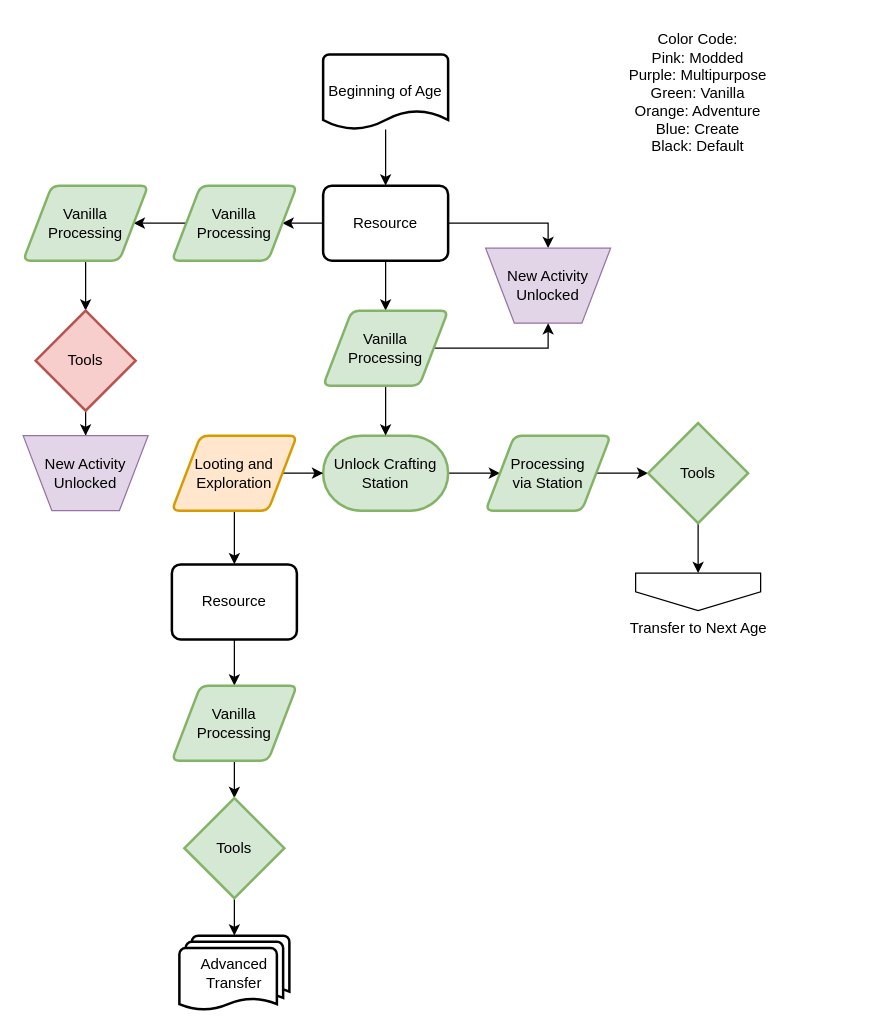
The draw.io diagram page "Ruleset" (1 of 7) of flowcharts/progression.drawio in MeepishRealms/Cog, before the edit. Source tidied: cells renumbered, new cells numbered last; positions are measured from the earlier drawing's top-left corner, leaving out a move shared by most shapes. Both pictures are drawn from the tidied source at 125%, with x=0, y=0 at pixel (22, 54).
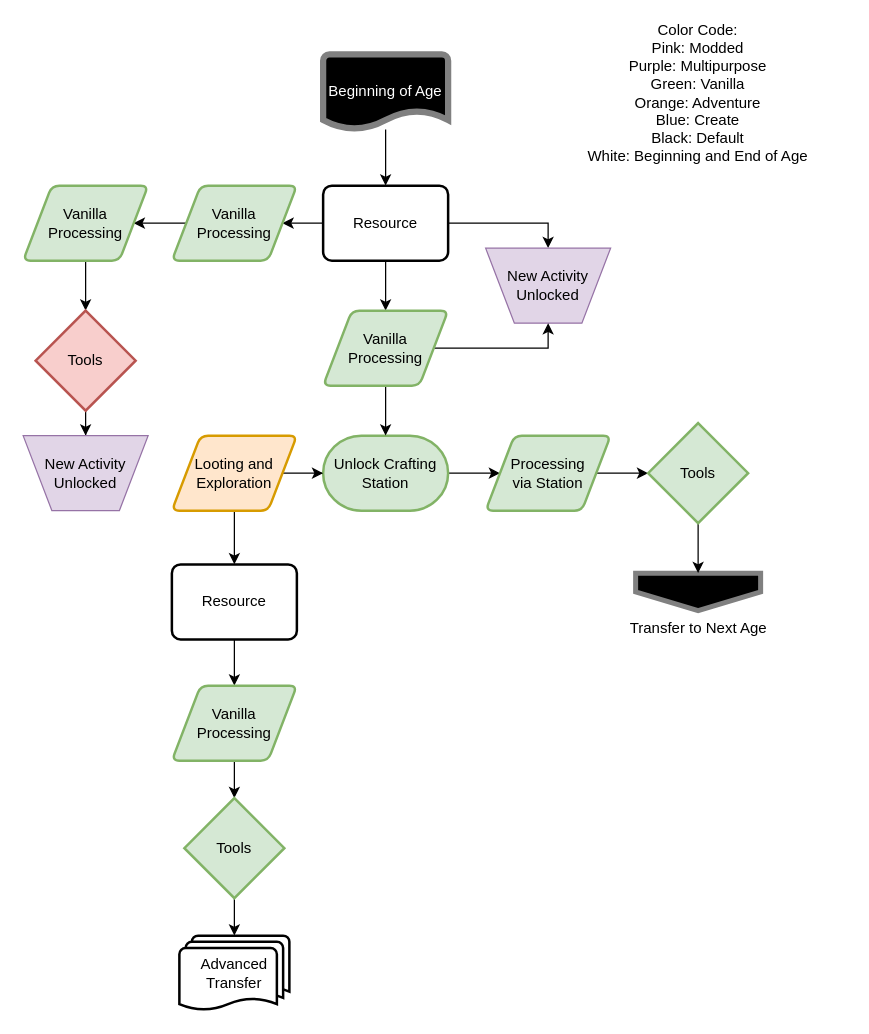
The same page after the edit.

Diff of the diagram source:
```diff
@@
-    <mxCell id="7" value="Beginning of Age" style="strokeWidth=2;html=1;shape=mxgraph.flowchart.document2;whiteSpace=wrap;size=0.25;" parent="1" vertex="1">
+    <mxCell id="7" value="Beginning of Age" style="strokeWidth=5;html=1;shape=mxgraph.flowchart.document2;whiteSpace=wrap;size=0.25;fillColor=#000000;strokeColor=#808080;fontColor=#FFFFFF;" parent="1" vertex="1">
       <mxGeometry x="240" width="100" height="60" as="geometry" />
     </mxCell>
-    <mxCell id="8" value="Transfer to Next Age" style="verticalLabelPosition=bottom;verticalAlign=top;html=1;shape=offPageConnector;rounded=0;size=0.5;" parent="1" vertex="1">
+    <mxCell id="8" value="Transfer to Next Age" style="verticalLabelPosition=bottom;verticalAlign=top;html=1;shape=offPageConnector;rounded=0;size=0.5;fillColor=#000000;strokeColor=#808080;strokeWidth=4;" parent="1" vertex="1">
       <mxGeometry x="490" y="415" width="100" height="30" as="geometry" />
     </mxCell>
@@
-    <mxCell id="11" value="Color Code:&lt;br&gt;Pink: Modded&lt;br&gt;Purple: Multipurpose&lt;br&gt;Green: Vanilla&lt;br&gt;Orange: Adventure&lt;br&gt;Blue: Create&lt;br&gt;Black: Default" style="text;html=1;strokeColor=none;fillColor=none;align=center;verticalAlign=middle;whiteSpace=wrap;rounded=0;" parent="1" vertex="1">
-      <mxGeometry x="420" y="16" width="240" height="30" as="geometry" />
-    </mxCell>
@@
+    <mxCell id="37" value="Color Code:&lt;br&gt;Pink: Modded&lt;br&gt;Purple: Multipurpose&lt;br&gt;Green: Vanilla&lt;br&gt;Orange: Adventure&lt;br&gt;Blue: Create&lt;br&gt;Black: Default&lt;br&gt;White: Beginning and End of Age" style="text;html=1;strokeColor=none;fillColor=none;align=center;verticalAlign=middle;whiteSpace=wrap;rounded=0;" parent="1" vertex="1">
+      <mxGeometry x="420" y="16" width="240" height="30" as="geometry" />
+    </mxCell>
```
